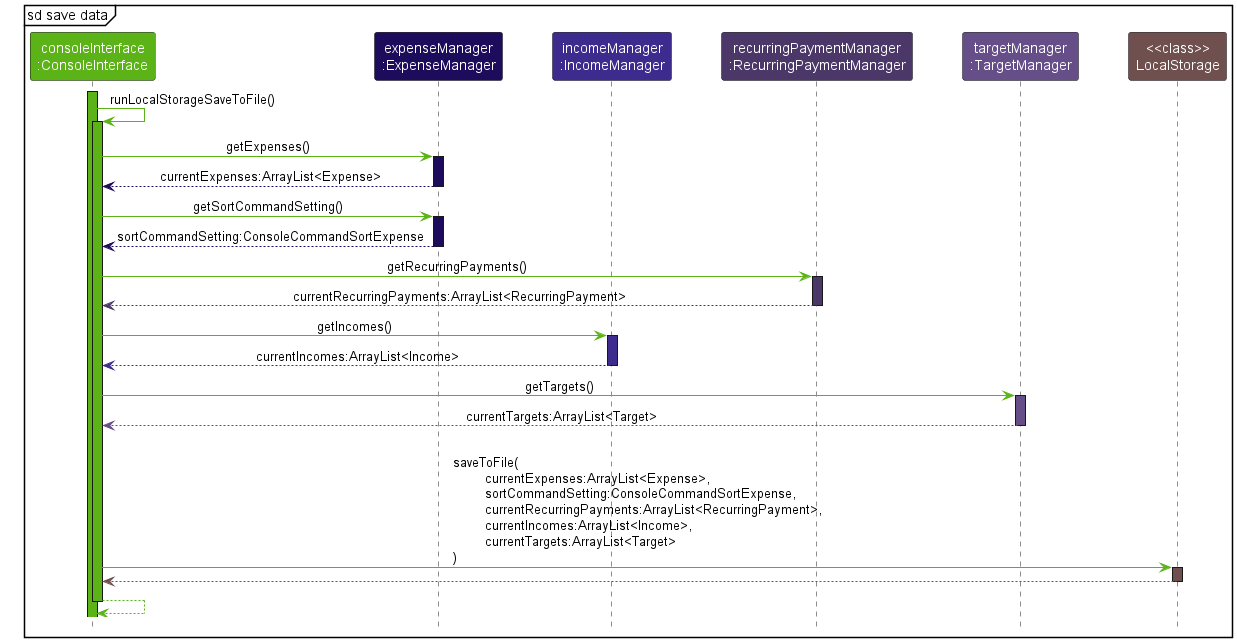
The PlantUML diagram docs/images/ImplementationSDSaveData.png in nus-cs2113-AY2223S1/tp, before a commit. Its diagram source:
```plantuml
@startuml
!include https://raw.githubusercontent.com/xzynos/tp/branch-Webpage/docs/diagrams/Styles.puml

skinparam noteTextAlignment left

mainframe sd save data
Participant "consoleInterface\n:ConsoleInterface" as consoleInterface USER_INTERFACE_COLOR_1
Participant "expenseManager\n:ExpenseManager" as expenseManager DATA_COLOR_1
Participant "incomeManager\n:IncomeManager" as incomeManager DATA_COLOR_2
Participant "recurringPaymentManager\n:RecurringPaymentManager" as recurringPaymentManager DATA_COLOR_3
Participant "targetManager\n:TargetManager" as targetManager DATA_COLOR_4

Participant "<<class>>\nLocalStorage" as LocalStorage STORAGE_COLOR_1

activate consoleInterface USER_INTERFACE_COLOR_1

consoleInterface -[USER_INTERFACE_COLOR_1]> consoleInterface : runLocalStorageSaveToFile()
activate consoleInterface USER_INTERFACE_COLOR_1

consoleInterface -[USER_INTERFACE_COLOR_1]> expenseManager : getExpenses()
activate expenseManager DATA_COLOR_1

expenseManager --[DATA_COLOR_1]> consoleInterface : currentExpenses:ArrayList<Expense>
deactivate expenseManager

consoleInterface -[USER_INTERFACE_COLOR_1]> expenseManager : getSortCommandSetting()
activate expenseManager DATA_COLOR_1

expenseManager --[DATA_COLOR_1]> consoleInterface : sortCommandSetting:ConsoleCommandSortExpense
deactivate expenseManager

consoleInterface -[USER_INTERFACE_COLOR_1]> recurringPaymentManager : getRecurringPayments()
activate recurringPaymentManager DATA_COLOR_3

recurringPaymentManager --[DATA_COLOR_3]> consoleInterface : currentRecurringPayments:ArrayList<RecurringPayment>
deactivate recurringPaymentManager

consoleInterface -[USER_INTERFACE_COLOR_1]> incomeManager : getIncomes()
activate incomeManager DATA_COLOR_2

incomeManager --[DATA_COLOR_2]> consoleInterface : currentIncomes:ArrayList<Income>
deactivate incomeManager

consoleInterface -[USER_INTERFACE_COLOR_1]> targetManager : getTargets()
activate targetManager DATA_COLOR_4

targetManager --[DATA_COLOR_4]> consoleInterface : currentTargets:ArrayList<Target>
deactivate targetManager

consoleInterface -[USER_INTERFACE_COLOR_1]> LocalStorage : \lsaveToFile(\n\tcurrentExpenses:ArrayList<Expense>,\n\tsortCommandSetting:ConsoleCommandSortExpense,\n\tcurrentRecurringPayments:ArrayList<RecurringPayment>,\n\tcurrentIncomes:ArrayList<Income>,\n\tcurrentTargets:ArrayList<Target>\n)
activate LocalStorage STORAGE_COLOR_1

LocalStorage --[STORAGE_COLOR_1]> consoleInterface
deactivate LocalStorage

consoleInterface --[USER_INTERFACE_COLOR_1]> consoleInterface
deactivate consoleInterface
@enduml
```
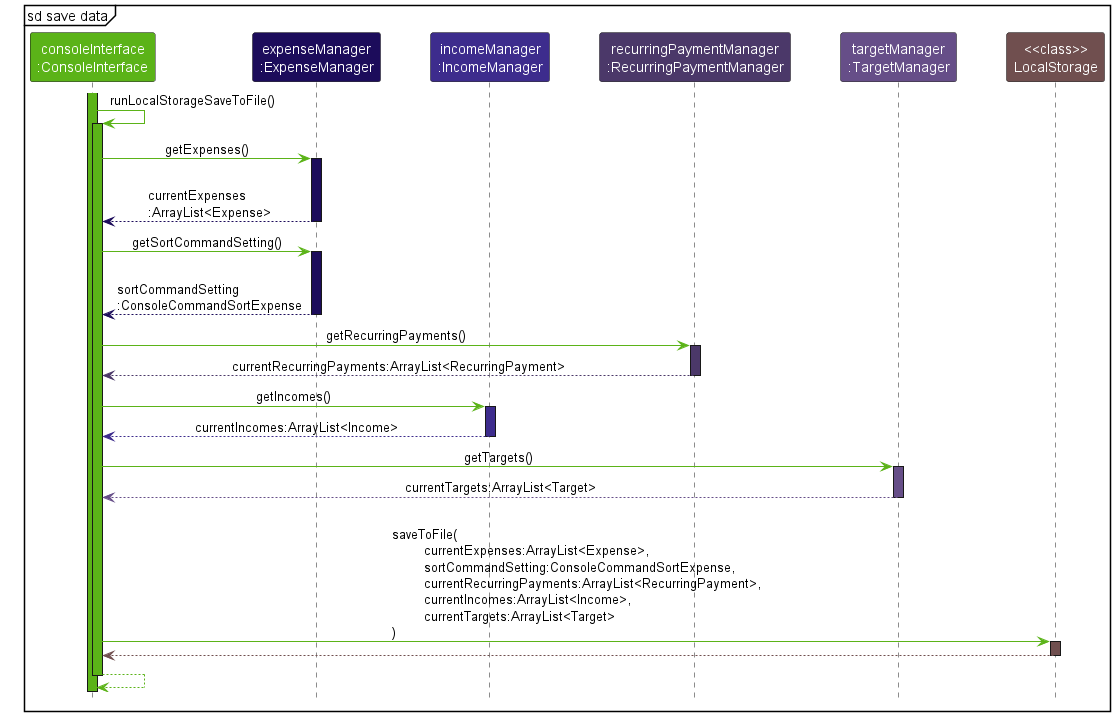
After the commit.

Change to the diagram source:
```diff
@@ -1,5 +1,5 @@
 @startuml
-!include https://raw.githubusercontent.com/xzynos/tp/branch-Webpage/docs/diagrams/Styles.puml
+!include Styles.puml
 
 skinparam noteTextAlignment left
 
@@ -20,13 +20,13 @@
 consoleInterface -[USER_INTERFACE_COLOR_1]> expenseManager : getExpenses()
 activate expenseManager DATA_COLOR_1
 
-expenseManager --[DATA_COLOR_1]> consoleInterface : currentExpenses:ArrayList<Expense>
+expenseManager --[DATA_COLOR_1]> consoleInterface : \lcurrentExpenses\n:ArrayList<Expense>
 deactivate expenseManager
 
 consoleInterface -[USER_INTERFACE_COLOR_1]> expenseManager : getSortCommandSetting()
 activate expenseManager DATA_COLOR_1
 
-expenseManager --[DATA_COLOR_1]> consoleInterface : sortCommandSetting:ConsoleCommandSortExpense
+expenseManager --[DATA_COLOR_1]> consoleInterface : \lsortCommandSetting\n:ConsoleCommandSortExpense
 deactivate expenseManager
 
 consoleInterface -[USER_INTERFACE_COLOR_1]> recurringPaymentManager : getRecurringPayments()
```
